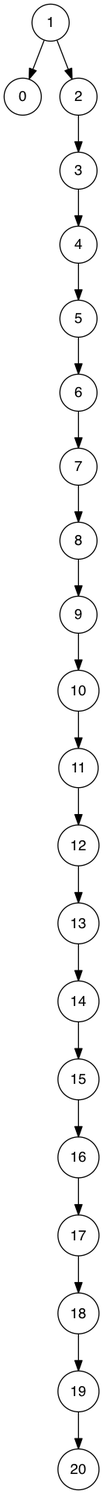
Earlier version of the Graphviz export tree.png (gallexis/Haskell-Binary-Tree). Its source is kept beside it as tree.dot. Source of this version:
```dot
digraph "complet3" {
 node [fontname="DejaVu-Sans", shape=circle]

0
1
2
3
4
5
6
7
8
9
10
11
12
13
14
15
16
17
18
19
20

1->0
1->2
2->3
3->4
4->5
5->6
6->7
7->8
8->9
9->10
10->11
11->12
12->13
13->14
14->15
15->16
16->17
17->18
18->19
19->20
 }
```
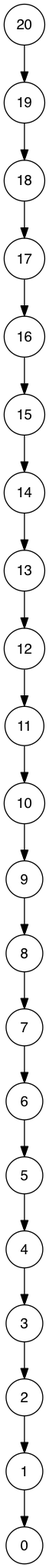
The same diagram one commit later.

Diff of the diagram source:
```diff
@@ -23,24 +23,24 @@
 19
 20
 
+20->19
+19->18
+18->17
+17->16
+16->15
+15->14
+14->13
+13->12
+12->11
+11->10
+10->9
+9->8
+8->7
+7->6
+6->5
+5->4
+4->3
+3->2
+2->1
 1->0
-1->2
-2->3
-3->4
-4->5
-5->6
-6->7
-7->8
-8->9
-9->10
-10->11
-11->12
-12->13
-13->14
-14->15
-15->16
-16->17
-17->18
-18->19
-19->20
  }
```
